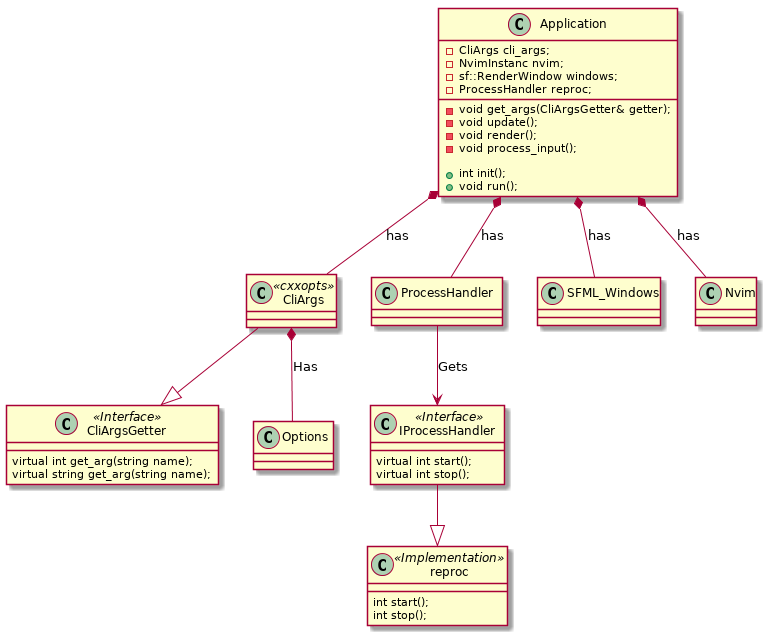
Earlier version of the PlantUML export docs/arch.png (tricktux/rnvim).
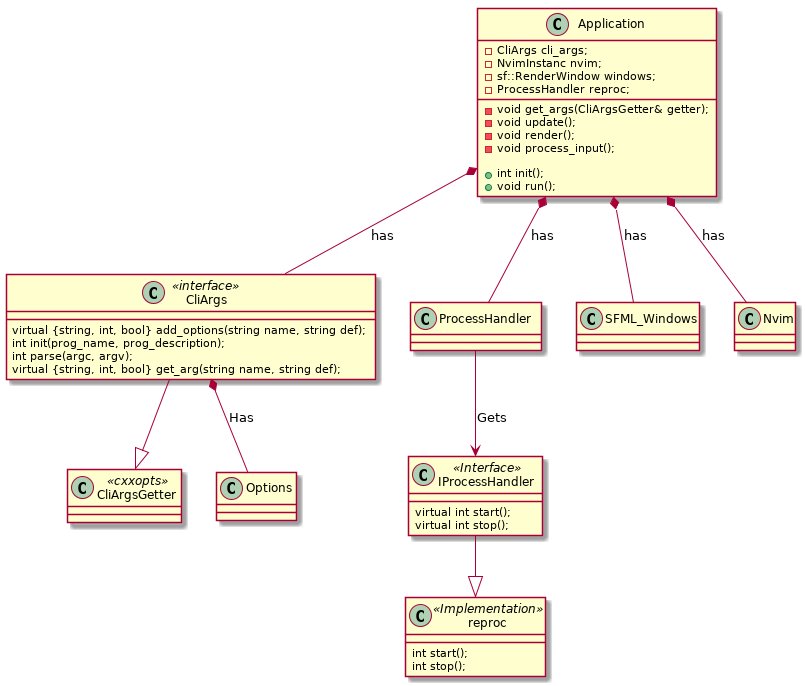
After the change.

Change to the diagram source:
```diff
@@ -25,13 +25,14 @@
 	int stop();
 }
 
-class CliArgsGetter <<Interface>> {
-	virtual int get_arg(string name);
-	virtual string get_arg(string name);
+class CliArgsGetter <<cxxopts>> {
 }
 
-class CliArgs<<cxxopts>> {
-
+class CliArgs<<interface>> {
+	virtual {string, int, bool} add_options(string name, string def);
+	int init(prog_name, prog_description);
+	int parse(argc, argv);
+	virtual {string, int, bool} get_arg(string name, string def);
 }
 
 Application *-- ProcessHandler : has
```
